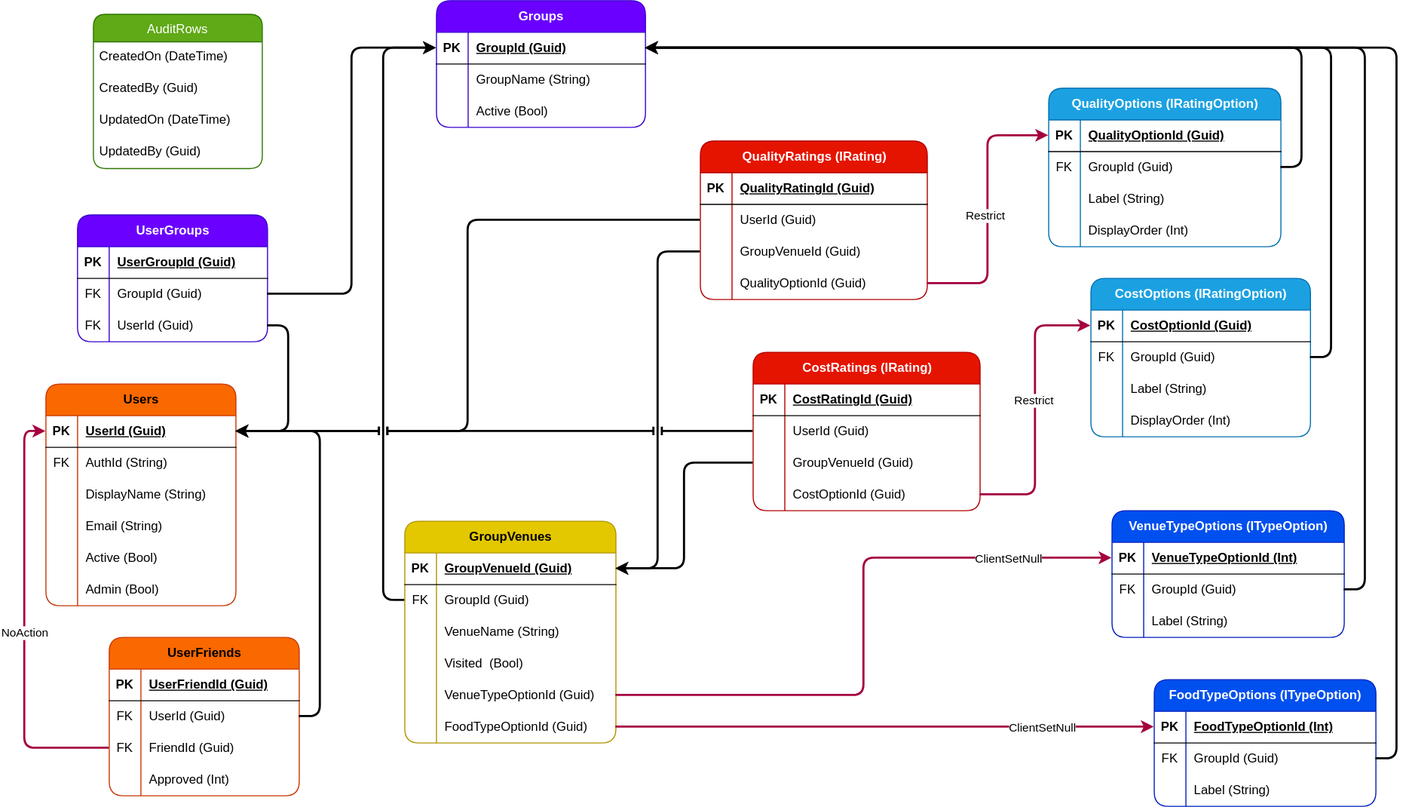
Before: docs/ScranHub-DatabaseDesign.svg, a diagram exported from draw.io (GarethSpencer/ScranHub). Source tidied: cells renumbered, new cells last; positions are measured from the earlier drawing's top-left corner, leaving out a move shared by most shapes.
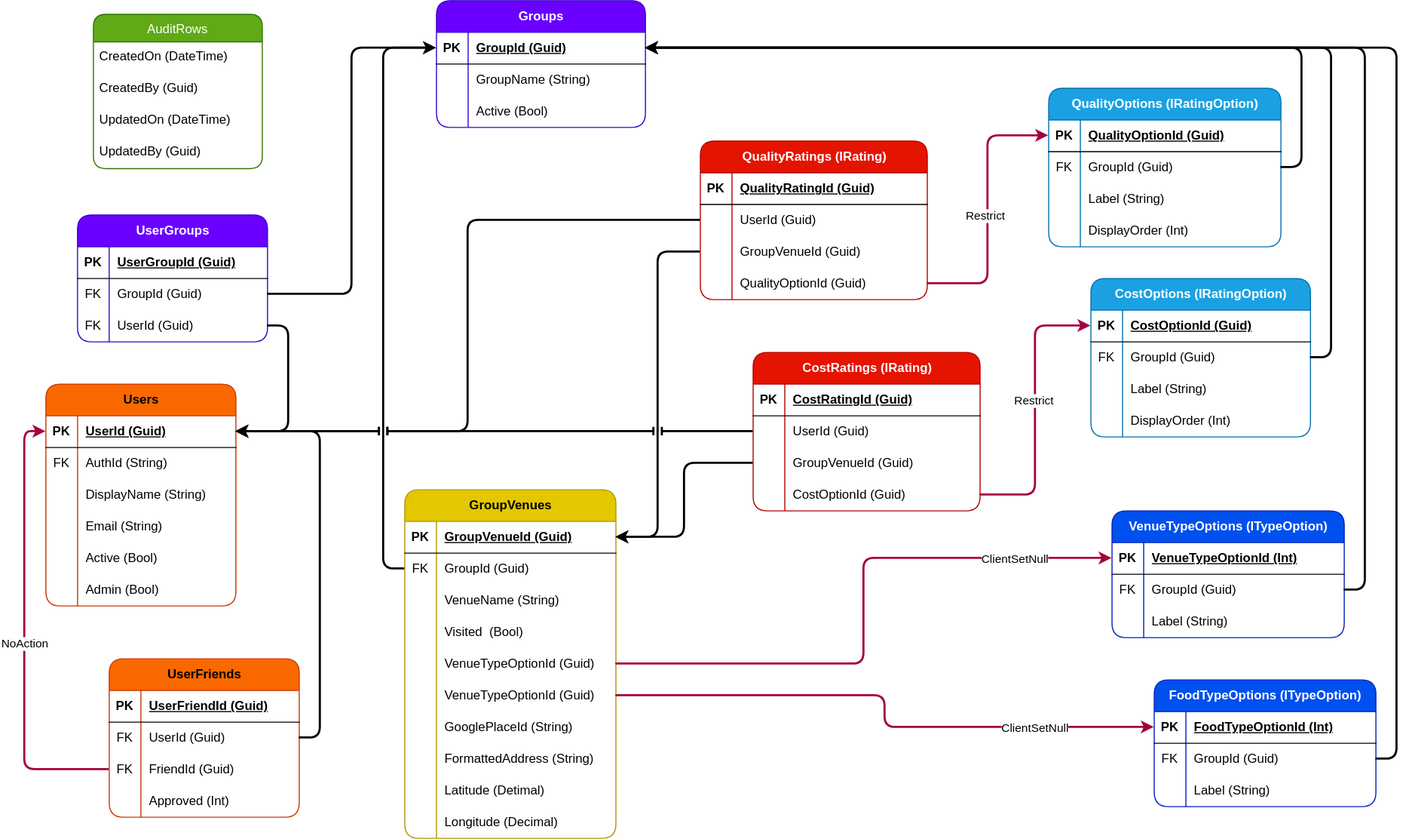
The same file after the commit.

Commit message:
Updating documentation to include info around automated migrations, and the new venue fields for google maps integration.

What changed in the source:
```diff
@@ -198,7 +198,7 @@
       <mxGeometry x="30" width="190" height="30" as="geometry" />
     </mxCell>
     <mxCell id="67" value="GroupVenues" style="shape=table;startSize=30;rowLines=0;fontStyle=1;align=center;html=1;rounded=1;fillColor=#e3c800;fontColor=#000000;strokeColor=#B09500;" parent="1" vertex="1">
-      <mxGeometry x="340" y="493" width="200" height="210" as="geometry" />
+      <mxGeometry x="340" y="463" width="200" height="330" as="geometry" />
     </mxCell>
     <mxCell id="68" style="shape=tableRow;horizontal=0;startSize=0;swimlaneHead=0;swimlaneBody=0;fillColor=none;points=[[0,0.5],[1,0.5]];portConstraint=eastwest;top=0;left=0;right=0;bottom=1;" parent="67" vertex="1">
       <mxGeometry y="30" width="200" height="30" as="geometry" />
@@ -245,13 +245,49 @@
     <mxCell id="82" value="VenueTypeOptionId (Guid)" style="shape=partialRectangle;fillColor=none;top=0;left=0;bottom=0;right=0;align=left;spacingLeft=6;overflow=hidden;whiteSpace=wrap;html=1;" parent="80" vertex="1">
       <mxGeometry x="30" width="170" height="30" as="geometry" />
     </mxCell>
+    <mxCell id="172" style="shape=tableRow;horizontal=0;startSize=0;swimlaneHead=0;swimlaneBody=0;fillColor=none;points=[[0,0.5],[1,0.5]];portConstraint=eastwest;top=0;left=0;right=0;bottom=0;" parent="67" vertex="1">
+      <mxGeometry y="180" width="200" height="30" as="geometry" />
+    </mxCell>
+    <mxCell id="173" style="shape=partialRectangle;fillColor=none;top=0;left=0;bottom=0;right=0;overflow=hidden;whiteSpace=wrap;html=1;" parent="172" vertex="1">
+      <mxGeometry width="30" height="30" as="geometry" />
+    </mxCell>
+    <mxCell id="174" value="VenueTypeOptionId (Guid)" style="shape=partialRectangle;fillColor=none;top=0;left=0;bottom=0;right=0;align=left;spacingLeft=6;overflow=hidden;whiteSpace=wrap;html=1;" parent="172" vertex="1">
+      <mxGeometry x="30" width="170" height="30" as="geometry" />
+    </mxCell>
+    <mxCell id="175" style="shape=tableRow;horizontal=0;startSize=0;swimlaneHead=0;swimlaneBody=0;fillColor=none;top=0;left=0;right=0;bottom=0;" parent="67" vertex="1">
+      <mxGeometry y="210" width="200" height="30" as="geometry" />
+    </mxCell>
+    <mxCell id="176" style="shape=partialRectangle;fillColor=none;top=0;left=0;bottom=0;right=0;overflow=hidden;whiteSpace=wrap;html=1;" parent="175" vertex="1">
+      <mxGeometry width="30" height="30" as="geometry" />
+    </mxCell>
+    <mxCell id="177" value="GooglePlaceId (String)" style="shape=partialRectangle;fillColor=none;top=0;left=0;bottom=0;right=0;align=left;spacingLeft=6;overflow=hidden;whiteSpace=wrap;html=1;" parent="175" vertex="1">
+      <mxGeometry x="30" width="170" height="30" as="geometry" />
+    </mxCell>
+    <mxCell id="178" style="shape=tableRow;horizontal=0;startSize=0;swimlaneHead=0;swimlaneBody=0;fillColor=none;top=0;left=0;right=0;bottom=0;" parent="67" vertex="1">
+      <mxGeometry y="240" width="200" height="30" as="geometry" />
+    </mxCell>
+    <mxCell id="179" style="shape=partialRectangle;fillColor=none;top=0;left=0;bottom=0;right=0;overflow=hidden;whiteSpace=wrap;html=1;" parent="178" vertex="1">
+      <mxGeometry width="30" height="30" as="geometry" />
+    </mxCell>
+    <mxCell id="180" value="FormattedAddress (String)" style="shape=partialRectangle;fillColor=none;top=0;left=0;bottom=0;right=0;align=left;spacingLeft=6;overflow=hidden;whiteSpace=wrap;html=1;" parent="178" vertex="1">
+      <mxGeometry x="30" width="170" height="30" as="geometry" />
+    </mxCell>
+    <mxCell id="181" style="shape=tableRow;horizontal=0;startSize=0;swimlaneHead=0;swimlaneBody=0;fillColor=none;top=0;left=0;right=0;bottom=0;" parent="67" vertex="1">
+      <mxGeometry y="270" width="200" height="30" as="geometry" />
+    </mxCell>
+    <mxCell id="182" style="shape=partialRectangle;fillColor=none;top=0;left=0;bottom=0;right=0;overflow=hidden;whiteSpace=wrap;html=1;" parent="181" vertex="1">
+      <mxGeometry width="30" height="30" as="geometry" />
+    </mxCell>
+    <mxCell id="183" value="Latitude (Detimal)" style="shape=partialRectangle;fillColor=none;top=0;left=0;bottom=0;right=0;align=left;spacingLeft=6;overflow=hidden;whiteSpace=wrap;html=1;" parent="181" vertex="1">
+      <mxGeometry x="30" width="170" height="30" as="geometry" />
+    </mxCell>
     <mxCell id="83" style="shape=tableRow;horizontal=0;startSize=0;swimlaneHead=0;swimlaneBody=0;fillColor=none;points=[[0,0.5],[1,0.5]];portConstraint=eastwest;top=0;left=0;right=0;bottom=0;" parent="67" vertex="1">
-      <mxGeometry y="180" width="200" height="30" as="geometry" />
+      <mxGeometry y="300" width="200" height="30" as="geometry" />
     </mxCell>
     <mxCell id="84" style="shape=partialRectangle;fillColor=none;top=0;left=0;bottom=0;right=0;overflow=hidden;whiteSpace=wrap;html=1;" parent="83" vertex="1">
       <mxGeometry width="30" height="30" as="geometry" />
     </mxCell>
-    <mxCell id="85" value="FoodTypeOptionId (Guid)" style="shape=partialRectangle;fillColor=none;top=0;left=0;bottom=0;right=0;align=left;spacingLeft=6;overflow=hidden;whiteSpace=wrap;html=1;" parent="83" vertex="1">
+    <mxCell id="85" value="Longitude (Decimal)" style="shape=partialRectangle;fillColor=none;top=0;left=0;bottom=0;right=0;align=left;spacingLeft=6;overflow=hidden;whiteSpace=wrap;html=1;" parent="83" vertex="1">
       <mxGeometry x="30" width="170" height="30" as="geometry" />
     </mxCell>
     <mxCell id="86" value="VenueTypeOptions&amp;nbsp;(ITypeOption)" style="shape=table;startSize=30;rowLines=0;fontStyle=1;align=center;html=1;rounded=1;fillColor=#0050ef;fontColor=#ffffff;strokeColor=#001DBC;" parent="1" vertex="1">
@@ -315,7 +351,7 @@
       <mxGeometry x="30" width="180" height="30" as="geometry" />
     </mxCell>
     <mxCell id="106" value="UserFriends" style="shape=table;startSize=30;rowLines=0;fontStyle=1;align=center;html=1;rounded=1;fillColor=#fa6800;fontColor=#000000;strokeColor=#C73500;" parent="1" vertex="1">
-      <mxGeometry x="60" y="603" width="180" height="150" as="geometry" />
+      <mxGeometry x="60" y="623" width="180" height="150" as="geometry" />
     </mxCell>
     <mxCell id="107" style="shape=tableRow;horizontal=0;startSize=0;swimlaneHead=0;swimlaneBody=0;fillColor=none;top=0;left=0;right=0;bottom=1;" parent="106" vertex="1">
       <mxGeometry y="30" width="180" height="30" as="geometry" />
@@ -482,7 +518,7 @@
         <mxPoint x="14" y="2" as="offset" />
       </mxGeometry>
     </mxCell>
-    <mxCell id="160" style="edgeStyle=orthogonalEdgeStyle;rounded=1;jettySize=auto;html=1;curved=0;strokeWidth=2;fillColor=#d80073;strokeColor=#A50040;" parent="1" edge="1" source="83" target="97">
+    <mxCell id="160" style="edgeStyle=orthogonalEdgeStyle;rounded=1;jettySize=auto;html=1;curved=0;strokeWidth=2;fillColor=#d80073;strokeColor=#A50040;" parent="1" edge="1" source="172" target="97">
       <mxGeometry relative="1" as="geometry" />
     </mxCell>
     <mxCell id="161" value="ClientSetNull" style="edgeLabel;html=1;align=center;verticalAlign=middle;" parent="160" vertex="1">
```
